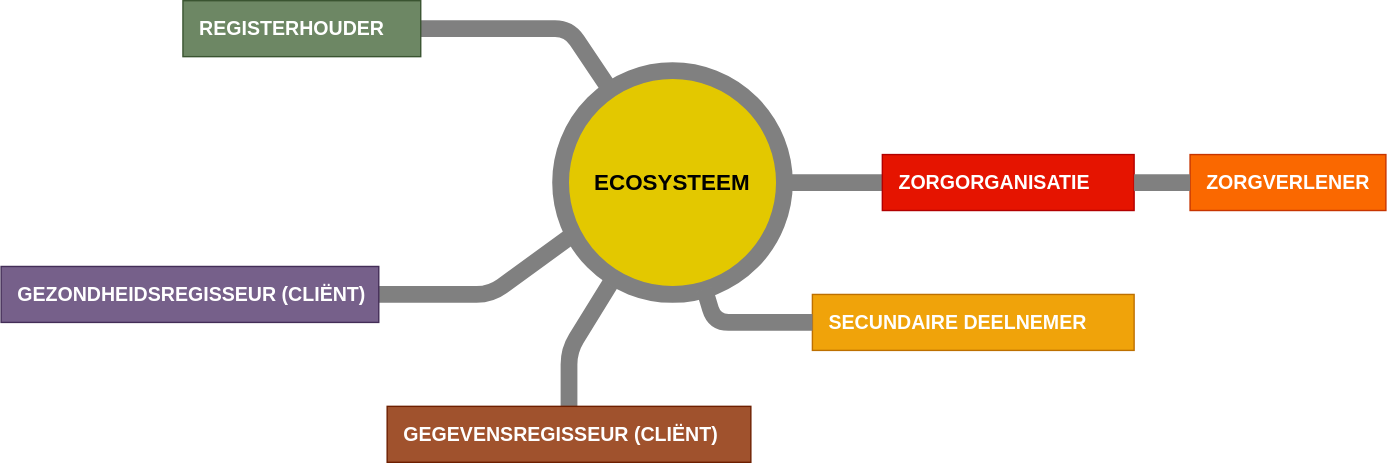
Above: .gitbook/assets/system/contextdiagram.svg in dizra/docs (draw.io), before the change. Source tidied: cells renumbered, new cells last; positions are measured from the earlier drawing's top-left corner, leaving out a move shared by most shapes. Its diagram source:
```xml
<mxGraphModel>
  <root>
    <mxCell id="0" />
    <mxCell id="1" parent="0" />
    <mxCell id="2" style="endArrow=none;html=1;strokeWidth=12;fontSize=14;fontColor=#000000;strokeColor=#808080;" parent="1" edge="1" source="6" target="8">
      <mxGeometry relative="1" as="geometry">
        <Array as="points">
          <mxPoint x="406" y="20" />
        </Array>
      </mxGeometry>
    </mxCell>
    <mxCell id="3" style="endArrow=none;html=1;strokeWidth=12;fontSize=14;fontColor=#000000;strokeColor=#808080;" parent="1" edge="1" source="8" target="4">
      <mxGeometry relative="1" as="geometry">
        <Array as="points">
          <mxPoint x="406" y="250" />
        </Array>
      </mxGeometry>
    </mxCell>
    <mxCell id="4" value="&lt;b&gt;GEGEVENSREGISSEUR (CLIËNT)&amp;nbsp;&lt;/b&gt;" style="rounded=0;whiteSpace=wrap;html=1;fillColor=#a0522d;fontColor=#ffffff;strokeColor=#6D1F00;fontSize=14;align=left;spacingLeft=10;" parent="1" vertex="1">
      <mxGeometry x="276" y="290" width="260" height="40" as="geometry" />
    </mxCell>
    <mxCell id="5" style="endArrow=none;html=1;strokeWidth=12;fontSize=14;fontColor=#000000;strokeColor=#808080;" parent="1" edge="1" source="12" target="7">
      <mxGeometry relative="1" as="geometry">
        <Array as="points">
          <mxPoint x="600" y="130" />
          <mxPoint x="460" y="130" />
          <mxPoint x="350" y="210" />
        </Array>
      </mxGeometry>
    </mxCell>
    <mxCell id="6" value="&lt;b&gt;REGISTERHOUDER&lt;/b&gt;" style="rounded=0;whiteSpace=wrap;html=1;fillColor=#6d8764;fontColor=#ffffff;strokeColor=#3A5431;fontSize=14;align=left;spacingLeft=10;verticalAlign=middle;" parent="1" vertex="1">
      <mxGeometry x="130" width="170" height="40" as="geometry" />
    </mxCell>
    <mxCell id="7" value="&lt;b&gt;GEZONDHEIDSREGISSEUR (CLIËNT)&lt;/b&gt;" style="rounded=0;whiteSpace=wrap;html=1;fillColor=#76608a;fontColor=#ffffff;strokeColor=#432D57;fontSize=14;align=left;spacingLeft=10;" parent="1" vertex="1">
      <mxGeometry y="190" width="270" height="40" as="geometry" />
    </mxCell>
    <mxCell id="8" value="&lt;font color=&quot;#000000&quot; style=&quot;font-size: 16px;&quot;&gt;&lt;b style=&quot;font-size: 16px;&quot;&gt;ECOSYSTEEM&lt;/b&gt;&lt;/font&gt;" style="ellipse;whiteSpace=wrap;html=1;fillColor=#e3c800;fontColor=#ffffff;strokeWidth=12;fontSize=16;strokeColor=#808080;" parent="1" vertex="1">
      <mxGeometry x="400" y="50" width="160" height="160" as="geometry" />
    </mxCell>
    <mxCell id="9" value="&lt;b&gt;ZORGVERLENER&lt;/b&gt;" style="rounded=0;whiteSpace=wrap;html=1;fillColor=#fa6800;fontColor=#ffffff;strokeColor=#C73500;fontSize=14;align=left;spacingLeft=10;" parent="1" vertex="1">
      <mxGeometry x="850" y="110" width="140" height="40" as="geometry" />
    </mxCell>
    <mxCell id="10" value="&lt;b&gt;SECUNDAIRE DEELNEMER&lt;br&gt;&lt;/b&gt;" style="rounded=0;whiteSpace=wrap;html=1;fillColor=#f0a30a;fontColor=#ffffff;strokeColor=#BD7000;fontSize=14;align=left;spacingLeft=10;" parent="1" vertex="1">
      <mxGeometry x="580" y="210" width="230" height="40" as="geometry" />
    </mxCell>
    <mxCell id="11" style="endArrow=none;html=1;strokeWidth=12;fontSize=14;fontColor=#000000;strokeColor=#808080;" parent="1" edge="1" source="10" target="8">
      <mxGeometry relative="1" as="geometry">
        <Array as="points">
          <mxPoint x="510" y="230" />
        </Array>
      </mxGeometry>
    </mxCell>
    <mxCell id="12" value="&lt;b&gt;ZORGORGANISATIE&lt;/b&gt;" style="rounded=0;whiteSpace=wrap;html=1;fillColor=#e51400;fontColor=#ffffff;strokeColor=#B20000;fontSize=14;align=left;spacingLeft=10;" parent="1" vertex="1">
      <mxGeometry x="630" y="110" width="180" height="40" as="geometry" />
    </mxCell>
    <mxCell id="13" style="endArrow=none;html=1;strokeWidth=12;fontSize=14;fontColor=#000000;strokeColor=#808080;" parent="1" edge="1" source="9" target="12">
      <mxGeometry relative="1" as="geometry" />
    </mxCell>
  </root>
</mxGraphModel>
```
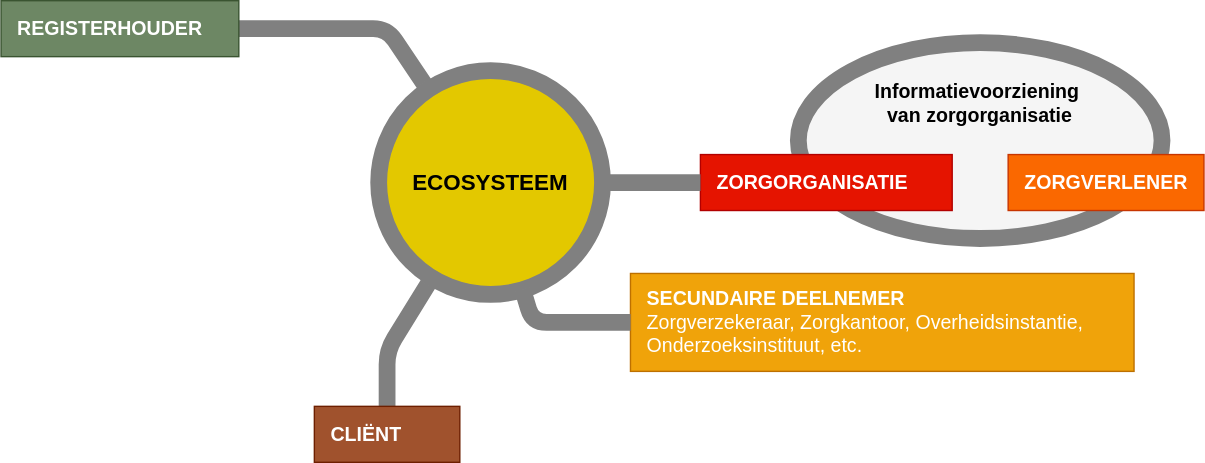
After the commit.

Diff of the diagram source:
```diff
@@ -2,6 +2,9 @@
   <root>
     <mxCell id="0" />
     <mxCell id="1" parent="0" />
+    <mxCell id="14" value="&lt;span style=&quot;color: rgb(0, 0, 0); font-family: helvetica; font-size: 14px; font-style: normal; letter-spacing: normal; text-align: center; text-indent: 0px; text-transform: none; word-spacing: 0px; display: inline; float: none;&quot;&gt;Informatievoorziening&amp;nbsp;&lt;/span&gt;&lt;br style=&quot;color: rgb(0, 0, 0); font-family: helvetica; font-size: 14px; font-style: normal; letter-spacing: normal; text-align: center; text-indent: 0px; text-transform: none; word-spacing: 0px;&quot;&gt;&lt;span style=&quot;color: rgb(0, 0, 0); font-family: helvetica; font-size: 14px; font-style: normal; letter-spacing: normal; text-align: center; text-indent: 0px; text-transform: none; word-spacing: 0px; display: inline; float: none;&quot;&gt;van zorgorganisatie&lt;/span&gt;" style="ellipse;whiteSpace=wrap;html=1;fontStyle=1;verticalAlign=top;spacingBottom=10;fillColor=#f5f5f5;strokeWidth=12;spacingTop=20;fontColor=#333333;strokeColor=#808080;fontSize=14;" parent="1" vertex="1">
+      <mxGeometry x="700" y="30" width="260" height="140" as="geometry" />
+    </mxCell>
     <mxCell id="2" style="endArrow=none;html=1;strokeWidth=12;fontSize=14;fontColor=#000000;strokeColor=#808080;" parent="1" edge="1" source="6" target="8">
       <mxGeometry relative="1" as="geometry">
         <Array as="points">
@@ -16,32 +19,20 @@
         </Array>
       </mxGeometry>
     </mxCell>
-    <mxCell id="4" value="&lt;b&gt;GEGEVENSREGISSEUR (CLIËNT)&amp;nbsp;&lt;/b&gt;" style="rounded=0;whiteSpace=wrap;html=1;fillColor=#a0522d;fontColor=#ffffff;strokeColor=#6D1F00;fontSize=14;align=left;spacingLeft=10;" parent="1" vertex="1">
-      <mxGeometry x="276" y="290" width="260" height="40" as="geometry" />
+    <mxCell id="4" value="&lt;b&gt;CLIËNT &lt;/b&gt;" style="rounded=0;whiteSpace=wrap;html=1;fillColor=#a0522d;fontColor=#ffffff;strokeColor=#6D1F00;fontSize=14;align=left;spacingLeft=10;" parent="1" vertex="1">
+      <mxGeometry x="354" y="290" width="104" height="40" as="geometry" />
     </mxCell>
-    <mxCell id="5" style="endArrow=none;html=1;strokeWidth=12;fontSize=14;fontColor=#000000;strokeColor=#808080;" parent="1" edge="1" source="12" target="7">
-      <mxGeometry relative="1" as="geometry">
-        <Array as="points">
-          <mxPoint x="600" y="130" />
-          <mxPoint x="460" y="130" />
-          <mxPoint x="350" y="210" />
-        </Array>
-      </mxGeometry>
-    </mxCell>
     <mxCell id="6" value="&lt;b&gt;REGISTERHOUDER&lt;/b&gt;" style="rounded=0;whiteSpace=wrap;html=1;fillColor=#6d8764;fontColor=#ffffff;strokeColor=#3A5431;fontSize=14;align=left;spacingLeft=10;verticalAlign=middle;" parent="1" vertex="1">
       <mxGeometry x="130" width="170" height="40" as="geometry" />
     </mxCell>
-    <mxCell id="7" value="&lt;b&gt;GEZONDHEIDSREGISSEUR (CLIËNT)&lt;/b&gt;" style="rounded=0;whiteSpace=wrap;html=1;fillColor=#76608a;fontColor=#ffffff;strokeColor=#432D57;fontSize=14;align=left;spacingLeft=10;" parent="1" vertex="1">
-      <mxGeometry y="190" width="270" height="40" as="geometry" />
-    </mxCell>
-    <mxCell id="8" value="&lt;font color=&quot;#000000&quot; style=&quot;font-size: 16px;&quot;&gt;&lt;b style=&quot;font-size: 16px;&quot;&gt;ECOSYSTEEM&lt;/b&gt;&lt;/font&gt;" style="ellipse;whiteSpace=wrap;html=1;fillColor=#e3c800;fontColor=#ffffff;strokeWidth=12;fontSize=16;strokeColor=#808080;" parent="1" vertex="1">
+    <mxCell id="8" value="&lt;font color=&quot;#000000&quot; style=&quot;font-size: 16px&quot;&gt;&lt;b style=&quot;font-size: 16px&quot;&gt;ECOSYSTEEM&lt;/b&gt;&lt;/font&gt;" style="ellipse;whiteSpace=wrap;html=1;fillColor=#e3c800;fontColor=#ffffff;strokeWidth=12;fontSize=16;strokeColor=#808080;" parent="1" vertex="1">
       <mxGeometry x="400" y="50" width="160" height="160" as="geometry" />
     </mxCell>
     <mxCell id="9" value="&lt;b&gt;ZORGVERLENER&lt;/b&gt;" style="rounded=0;whiteSpace=wrap;html=1;fillColor=#fa6800;fontColor=#ffffff;strokeColor=#C73500;fontSize=14;align=left;spacingLeft=10;" parent="1" vertex="1">
       <mxGeometry x="850" y="110" width="140" height="40" as="geometry" />
     </mxCell>
-    <mxCell id="10" value="&lt;b&gt;SECUNDAIRE DEELNEMER&lt;br&gt;&lt;/b&gt;" style="rounded=0;whiteSpace=wrap;html=1;fillColor=#f0a30a;fontColor=#ffffff;strokeColor=#BD7000;fontSize=14;align=left;spacingLeft=10;" parent="1" vertex="1">
-      <mxGeometry x="580" y="210" width="230" height="40" as="geometry" />
+    <mxCell id="10" value="&lt;b&gt;SECUNDAIRE DEELNEMER&lt;/b&gt;&lt;br&gt;Zorgverzekeraar, Zorgkantoor, Overheidsinstantie, Onderzoeksinstituut, etc." style="rounded=0;whiteSpace=wrap;html=1;fillColor=#f0a30a;fontColor=#ffffff;strokeColor=#BD7000;fontSize=14;align=left;spacingLeft=10;" parent="1" vertex="1">
+      <mxGeometry x="580" y="195" width="360" height="70" as="geometry" />
     </mxCell>
     <mxCell id="11" style="endArrow=none;html=1;strokeWidth=12;fontSize=14;fontColor=#000000;strokeColor=#808080;" parent="1" edge="1" source="10" target="8">
       <mxGeometry relative="1" as="geometry">
@@ -53,8 +44,8 @@
     <mxCell id="12" value="&lt;b&gt;ZORGORGANISATIE&lt;/b&gt;" style="rounded=0;whiteSpace=wrap;html=1;fillColor=#e51400;fontColor=#ffffff;strokeColor=#B20000;fontSize=14;align=left;spacingLeft=10;" parent="1" vertex="1">
       <mxGeometry x="630" y="110" width="180" height="40" as="geometry" />
     </mxCell>
-    <mxCell id="13" style="endArrow=none;html=1;strokeWidth=12;fontSize=14;fontColor=#000000;strokeColor=#808080;" parent="1" edge="1" source="9" target="12">
-      <mxGeometry relative="1" as="geometry" />
-    </mxCell>
+    <mxCell id="15" style="endArrow=none;html=1;strokeWidth=12;fontSize=14;fontColor=#000000;strokeColor=#808080;exitX=0;exitY=0.5;exitDx=0;exitDy=0;entryX=1;entryY=0.5;entryDx=0;entryDy=0;" parent="1" edge="1" source="12" target="8">
+      <mxGeometry relative="1" as="geometry" />
+    </mxCell>
   </root>
 </mxGraphModel>
```
